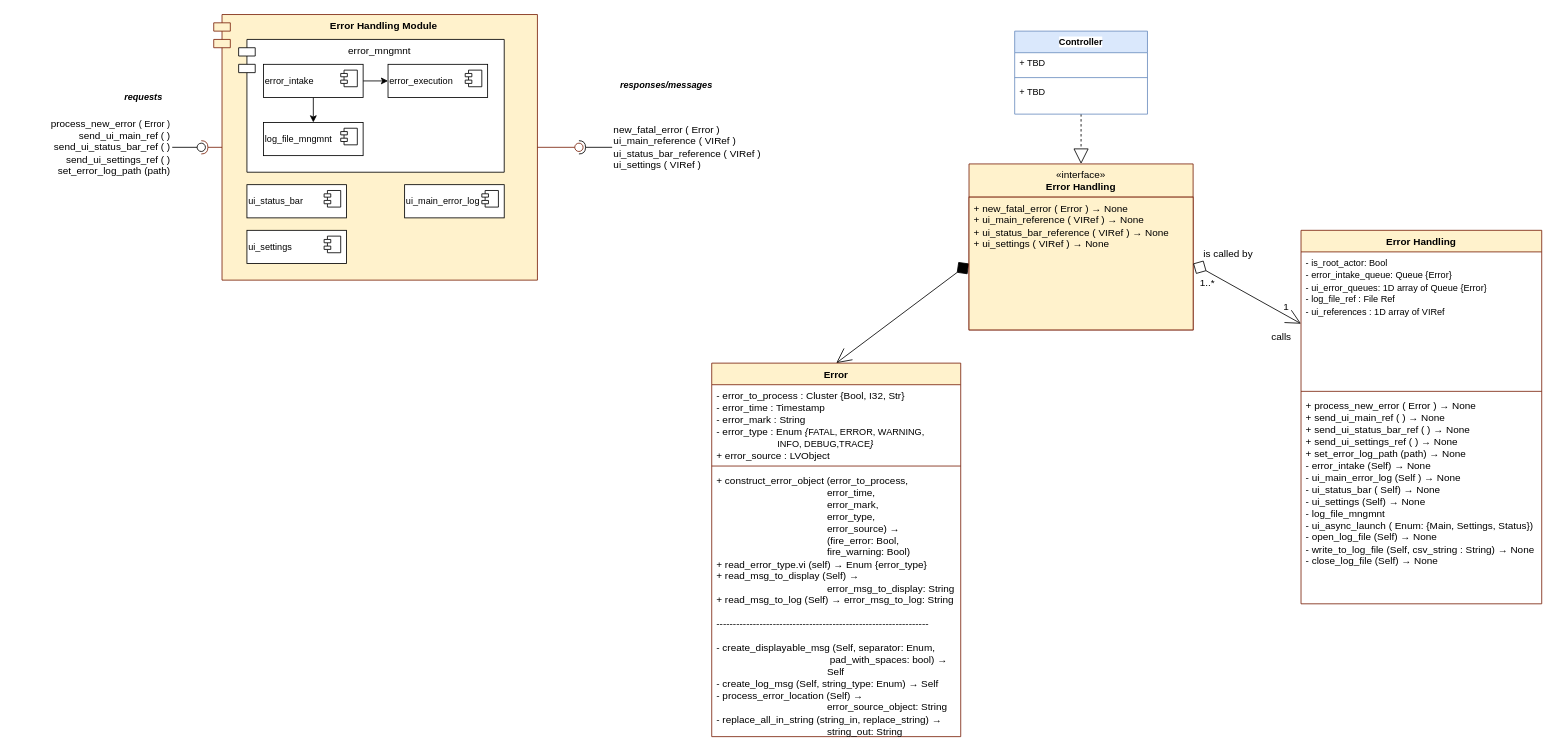
This is error_handler_module.drawio from jpfogato/labview-af_error_handling, a draw.io file, before an edit. Source tidied: cells renumbered, new cells numbered last; positions are measured from the earlier drawing's top-left corner, leaving out a move shared by most shapes. Both pictures are drawn from the tidied source at 83%, with x=0, y=0 at pixel (14, 14).
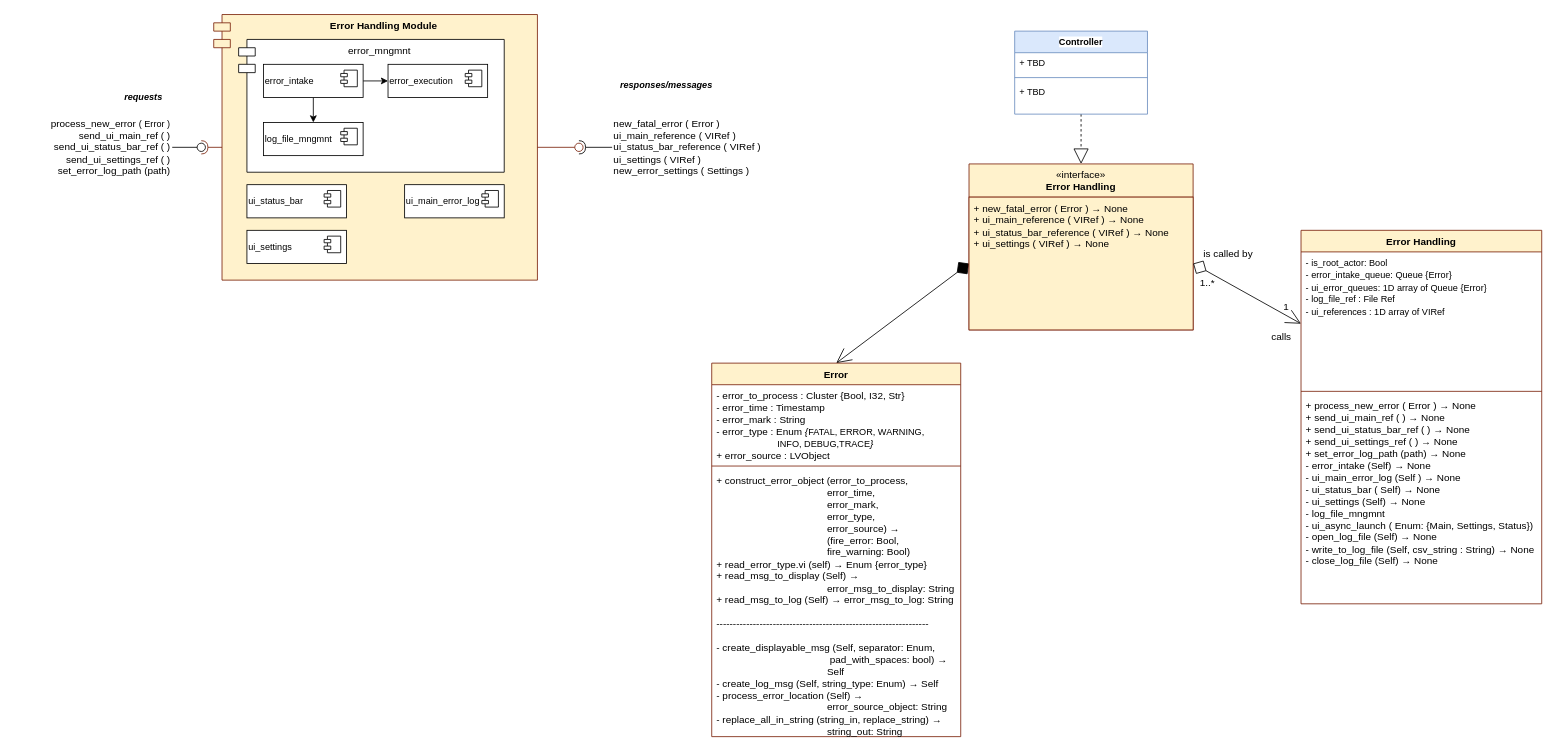
The same page after the edit.

Unchanged cells that the change refers to:
```xml
<mxCell id="36" style="group;" parent="23" vertex="1">
  <mxGeometry x="720" y="70" width="190" height="150" as="geometry" />
</mxCell>
```

Change to the diagram source:
```diff
@@
-    <mxCell id="38" value="&lt;span style=&quot;font-size: 12px;&quot;&gt;new_fatal_error ( Error )&lt;/span&gt;&lt;div&gt;&lt;span style=&quot;font-size: 12px;&quot;&gt;ui_main_reference ( VIRef )&lt;/span&gt;&lt;span style=&quot;font-size: 12px;&quot;&gt;&lt;/span&gt;&lt;/div&gt;&lt;div&gt;&lt;span style=&quot;font-size: 12px;&quot;&gt;ui_status_bar_reference&lt;/span&gt;&lt;span style=&quot;font-size: 12px;&quot;&gt;&amp;nbsp;&lt;/span&gt;&lt;span style=&quot;font-size: 12px;&quot;&gt;( VIRef )&lt;/span&gt;&lt;span style=&quot;font-size: 12px;&quot;&gt;&lt;/span&gt;&lt;/div&gt;&lt;div&gt;&lt;span style=&quot;font-size: 12px;&quot;&gt;ui_settings&lt;/span&gt;&lt;span style=&quot;font-size: 12px;&quot;&gt;&amp;nbsp;&lt;/span&gt;&lt;span style=&quot;font-size: 12px;&quot;&gt;( VIRef )&amp;nbsp;&lt;/span&gt;&lt;/div&gt;" style="rounded=0;whiteSpace=wrap;html=1;fontFamily=Helvetica;fontSize=11;fontColor=default;labelBackgroundColor=none;strokeColor=none;align=left;fillColor=none;" parent="36" vertex="1">
+    <mxCell id="38" value="&lt;span style=&quot;font-size: 12px;&quot;&gt;new_fatal_error ( Error )&lt;/span&gt;&lt;div&gt;&lt;span style=&quot;font-size: 12px;&quot;&gt;ui_main_reference ( VIRef )&lt;/span&gt;&lt;span style=&quot;font-size: 12px;&quot;&gt;&lt;/span&gt;&lt;/div&gt;&lt;div&gt;&lt;span style=&quot;font-size: 12px;&quot;&gt;ui_status_bar_reference&lt;/span&gt;&lt;span style=&quot;font-size: 12px;&quot;&gt;&amp;nbsp;&lt;/span&gt;&lt;span style=&quot;font-size: 12px;&quot;&gt;( VIRef )&lt;/span&gt;&lt;span style=&quot;font-size: 12px;&quot;&gt;&lt;/span&gt;&lt;/div&gt;&lt;div&gt;&lt;span style=&quot;font-size: 12px;&quot;&gt;ui_settings&lt;/span&gt;&lt;span style=&quot;font-size: 12px;&quot;&gt;&amp;nbsp;&lt;/span&gt;&lt;span style=&quot;font-size: 12px;&quot;&gt;( VIRef )&amp;nbsp;&lt;/span&gt;&lt;/div&gt;&lt;div&gt;&lt;span style=&quot;font-size: 12px;&quot;&gt;new_error_settings ( Settings )&lt;/span&gt;&lt;/div&gt;" style="rounded=0;whiteSpace=wrap;html=1;fontFamily=Helvetica;fontSize=11;fontColor=default;labelBackgroundColor=none;strokeColor=none;align=left;fillColor=none;" parent="36" vertex="1">
       <mxGeometry y="30" width="190" height="120" as="geometry" />
     </mxCell>
```
